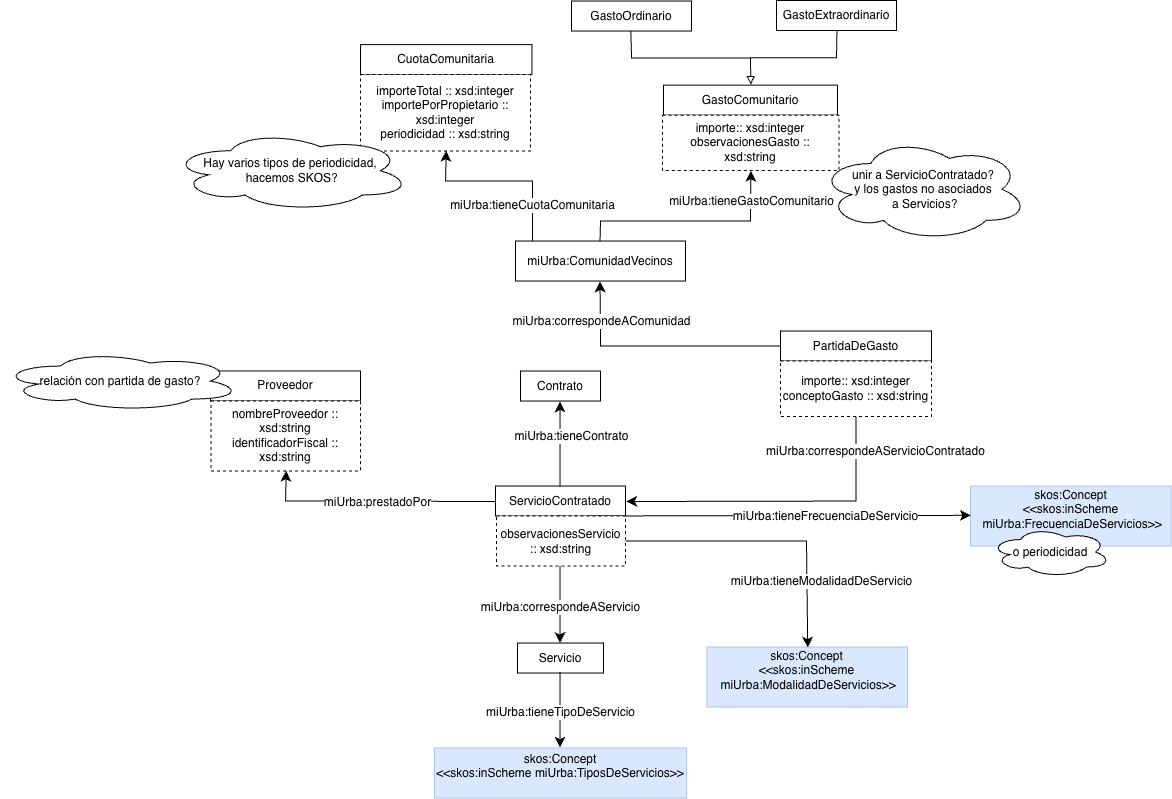
The draw.io diagram diagrams/gastos.png in oeg-upm/ontologia-miUrba, before a commit. Source tidied: cells renumbered, new cells last; positions are measured from the earlier drawing's top-left corner, leaving out a move shared by most shapes.
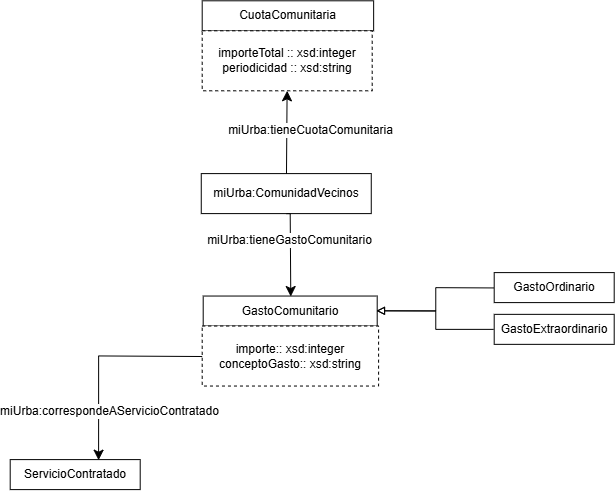
Later version of the same file.

The edit, as a diff of the source:
```diff
@@ -2,190 +2,64 @@
   <root>
     <mxCell id="0" />
     <mxCell id="1" parent="0" />
-    <mxCell id="2" value="Servicio" style="rounded=0;whiteSpace=wrap;html=1;snapToPoint=1;points=[[0.1,0],[0.2,0],[0.3,0],[0.4,0],[0.5,0],[0.6,0],[0.7,0],[0.8,0],[0.9,0],[0,0.1],[0,0.3],[0,0.5],[0,0.7],[0,0.9],[0.1,1],[0.2,1],[0.3,1],[0.4,1],[0.5,1],[0.6,1],[0.7,1],[0.8,1],[0.9,1],[1,0.1],[1,0.3],[1,0.5],[1,0.7],[1,0.9]];" parent="1" vertex="1">
-      <mxGeometry x="517" y="642.5" width="86" height="30" as="geometry" />
+    <mxCell id="2" value="miUrba:ComunidadVecinos" style="rounded=0;whiteSpace=wrap;html=1;snapToPoint=1;points=[[0.1,0],[0.2,0],[0.3,0],[0.4,0],[0.5,0],[0.6,0],[0.7,0],[0.8,0],[0.9,0],[0,0.1],[0,0.3],[0,0.5],[0,0.7],[0,0.9],[0.1,1],[0.2,1],[0.3,1],[0.4,1],[0.5,1],[0.6,1],[0.7,1],[0.8,1],[0.9,1],[1,0.1],[1,0.3],[1,0.5],[1,0.7],[1,0.9]];" parent="1" vertex="1">
+      <mxGeometry x="551.1" y="455.8" width="170" height="40" as="geometry" />
     </mxCell>
     <mxCell id="3" value="&amp;nbsp;" style="edgeLabel;html=1;align=center;verticalAlign=middle;fontSize=11;" parent="1" vertex="1">
-      <mxGeometry x="317.9" y="381.5" as="geometry" />
+      <mxGeometry x="785.6" y="463.6" as="geometry" />
     </mxCell>
-    <mxCell id="4" value="skos:Concept&lt;div&gt;&amp;lt;&amp;lt;skos:inScheme miUrba:TiposDeServicios&amp;gt;&amp;gt;&lt;/div&gt;&lt;div&gt;&lt;br&gt;&lt;/div&gt;" style="rounded=0;whiteSpace=wrap;html=1;snapToPoint=1;points=[[0.1,0],[0.2,0],[0.3,0],[0.4,0],[0.5,0],[0.6,0],[0.7,0],[0.8,0],[0.9,0],[0,0.1],[0,0.3],[0,0.5],[0,0.7],[0,0.9],[0.1,1],[0.2,1],[0.3,1],[0.4,1],[0.5,1],[0.6,1],[0.7,1],[0.8,1],[0.9,1],[1,0.1],[1,0.3],[1,0.5],[1,0.7],[1,0.9]];fillColor=#D9E8FC;strokeColor=#A9C4EB;" parent="1" vertex="1">
-      <mxGeometry x="433.9" y="747.5" width="252.1" height="50" as="geometry" />
+    <mxCell id="4" value="ServicioContratado" style="rounded=0;whiteSpace=wrap;html=1;snapToPoint=1;points=[[0.1,0],[0.2,0],[0.3,0],[0.4,0],[0.5,0],[0.6,0],[0.7,0],[0.8,0],[0.9,0],[0,0.1],[0,0.3],[0,0.5],[0,0.7],[0,0.9],[0.1,1],[0.2,1],[0.3,1],[0.4,1],[0.5,1],[0.6,1],[0.7,1],[0.8,1],[0.9,1],[1,0.1],[1,0.3],[1,0.5],[1,0.7],[1,0.9]];" parent="1" vertex="1">
+      <mxGeometry x="360" y="741.8" width="130" height="30" as="geometry" />
     </mxCell>
-    <mxCell id="5" value="skos:Concept&lt;div&gt;&amp;lt;&amp;lt;skos:inScheme&lt;/div&gt;&lt;div&gt;&amp;nbsp;miUrba:ModalidadDeServicios&amp;gt;&amp;gt;&lt;/div&gt;&lt;div&gt;&lt;br&gt;&lt;/div&gt;" style="rounded=0;whiteSpace=wrap;html=1;snapToPoint=1;points=[[0.1,0],[0.2,0],[0.3,0],[0.4,0],[0.5,0],[0.6,0],[0.7,0],[0.8,0],[0.9,0],[0,0.1],[0,0.3],[0,0.5],[0,0.7],[0,0.9],[0.1,1],[0.2,1],[0.3,1],[0.4,1],[0.5,1],[0.6,1],[0.7,1],[0.8,1],[0.9,1],[1,0.1],[1,0.3],[1,0.5],[1,0.7],[1,0.9]];fillColor=#D9E8FC;strokeColor=#A9C4EB;" parent="1" vertex="1">
-      <mxGeometry x="706.4" y="646.5" width="200.6" height="60" as="geometry" />
+    <mxCell id="5" value="&amp;nbsp;" style="edgeLabel;html=1;align=center;verticalAlign=middle;points=[];fontSize=11;" parent="1" vertex="1">
+      <mxGeometry x="707.7" y="697.3" as="geometry" />
     </mxCell>
-    <mxCell id="6" value="Proveedor" style="rounded=0;whiteSpace=wrap;html=1;" parent="1" vertex="1">
-      <mxGeometry x="210" y="370.4" width="150" height="30" as="geometry" />
+    <mxCell id="6" value="CuotaComunitaria" style="rounded=0;whiteSpace=wrap;html=1;" parent="1" vertex="1">
+      <mxGeometry x="552" y="283" width="171.4" height="30" as="geometry" />
     </mxCell>
-    <mxCell id="7" value="ServicioContratado" style="rounded=0;whiteSpace=wrap;html=1;snapToPoint=1;points=[[0.1,0],[0.2,0],[0.3,0],[0.4,0],[0.5,0],[0.6,0],[0.7,0],[0.8,0],[0.9,0],[0,0.1],[0,0.3],[0,0.5],[0,0.7],[0,0.9],[0.1,1],[0.2,1],[0.3,1],[0.4,1],[0.5,1],[0.6,1],[0.7,1],[0.8,1],[0.9,1],[1,0.1],[1,0.3],[1,0.5],[1,0.7],[1,0.9]];" parent="1" vertex="1">
-      <mxGeometry x="495" y="485.5" width="130" height="30" as="geometry" />
+    <mxCell id="7" value="GastoComunitario" style="rounded=0;whiteSpace=wrap;html=1;snapToPoint=1;points=[[0.1,0],[0.2,0],[0.3,0],[0.4,0],[0.5,0],[0.6,0],[0.7,0],[0.8,0],[0.9,0],[0,0.1],[0,0.3],[0,0.5],[0,0.7],[0,0.9],[0.1,1],[0.2,1],[0.3,1],[0.4,1],[0.5,1],[0.6,1],[0.7,1],[0.8,1],[0.9,1],[1,0.1],[1,0.3],[1,0.5],[1,0.7],[1,0.9]];" parent="1" vertex="1">
+      <mxGeometry x="553" y="578.2" width="174" height="30" as="geometry" />
     </mxCell>
-    <mxCell id="8" style="endArrow=classic;html=1;endSize=8;arcSize=0;rounded=0;" parent="1" edge="1" source="7" target="2">
-      <mxGeometry relative="1" as="geometry" />
+    <mxCell id="8" value="&lt;span style=&quot;font-size: 12px;&quot;&gt;miUrba:tieneCuotaComunitaria&lt;/span&gt;" style="endArrow=classic;html=1;endSize=8;arcSize=0;rounded=0;edgeStyle=orthogonalEdgeStyle;jumpStyle=arc;jumpSize=11;entryX=0.5;entryY=1;entryDx=0;entryDy=0;" parent="1" edge="1" source="2" target="13">
+      <mxGeometry x="0.04" y="-23" relative="1" as="geometry" />
     </mxCell>
-    <mxCell id="9" value="&lt;div&gt;miUrba:correspondeAServicio&lt;/div&gt;" style="text;html=1;align=center;verticalAlign=middle;points=[];labelBackgroundColor=#ffffff;" parent="8" vertex="1">
-      <mxGeometry x="-0.13" relative="1" as="geometry">
-        <mxPoint y="36" as="offset" />
-      </mxGeometry>
+    <mxCell id="9" value="GastoOrdinario" style="rounded=0;whiteSpace=wrap;html=1;snapToPoint=1;points=[[0.1,0],[0.2,0],[0.3,0],[0.4,0],[0.5,0],[0.6,0],[0.7,0],[0.8,0],[0.9,0],[0,0.1],[0,0.3],[0,0.5],[0,0.7],[0,0.9],[0.1,1],[0.2,1],[0.3,1],[0.4,1],[0.5,1],[0.6,1],[0.7,1],[0.8,1],[0.9,1],[1,0.1],[1,0.3],[1,0.5],[1,0.7],[1,0.9]];" parent="1" vertex="1">
+      <mxGeometry x="844" y="554.8" width="120" height="30" as="geometry" />
     </mxCell>
-    <mxCell id="10" style="endArrow=classic;html=1;endSize=8;arcSize=0;rounded=0;edgeStyle=orthogonalEdgeStyle;" parent="1" edge="1" source="7" target="5">
-      <mxGeometry relative="1" as="geometry">
-        <Array as="points">
-          <mxPoint x="595" y="540.5" />
-          <mxPoint x="806" y="540.5" />
-        </Array>
-      </mxGeometry>
+    <mxCell id="10" value="GastoExtraordinario" style="rounded=0;whiteSpace=wrap;html=1;snapToPoint=1;points=[[0.1,0],[0.2,0],[0.3,0],[0.4,0],[0.5,0],[0.6,0],[0.7,0],[0.8,0],[0.9,0],[0,0.1],[0,0.3],[0,0.5],[0,0.7],[0,0.9],[0.1,1],[0.2,1],[0.3,1],[0.4,1],[0.5,1],[0.6,1],[0.7,1],[0.8,1],[0.9,1],[1,0.1],[1,0.3],[1,0.5],[1,0.7],[1,0.9]];" parent="1" vertex="1">
+      <mxGeometry x="844" y="596.5" width="120" height="30" as="geometry" />
     </mxCell>
-    <mxCell id="11" value="&lt;div&gt;miUrba:tieneModalidadDeServicio&lt;/div&gt;" style="text;html=1;align=center;verticalAlign=middle;labelBackgroundColor=#ffffff;" parent="10" vertex="1">
-      <mxGeometry x="-0.13" relative="1" as="geometry">
-        <mxPoint x="100" y="40" as="offset" />
-      </mxGeometry>
+    <mxCell id="11" style="endArrow=block;html=1;rounded=0;endFill=0;edgeStyle=orthogonalEdgeStyle;" parent="1" edge="1" source="9" target="7">
+      <mxGeometry relative="1" as="geometry" />
     </mxCell>
-    <mxCell id="12" style="endArrow=classic;html=1;endSize=8;arcSize=0;rounded=0;" parent="1" edge="1" source="2" target="4">
+    <mxCell id="12" style="endArrow=block;html=1;rounded=0;endFill=0;edgeStyle=orthogonalEdgeStyle;" parent="1" edge="1" source="10" target="7">
       <mxGeometry relative="1" as="geometry" />
     </mxCell>
-    <mxCell id="13" value="&lt;div&gt;miUrba:tieneTipoDeServicio&lt;/div&gt;" style="text;html=1;align=center;verticalAlign=middle;points=[];labelBackgroundColor=#ffffff;" parent="12" vertex="1">
-      <mxGeometry x="-0.13" relative="1" as="geometry">
-        <mxPoint y="7" as="offset" />
-      </mxGeometry>
+    <mxCell id="13" value="importeTotal :: xsd:integer&lt;div&gt;periodicidad :: xsd:string&lt;/div&gt;" style="rounded=0;whiteSpace=wrap;html=1;snapToPoint=1;points=[[0.1,0],[0.2,0],[0.3,0],[0.4,0],[0.5,0],[0.6,0],[0.7,0],[0.8,0],[0.9,0],[0,0.1],[0,0.3],[0,0.5],[0,0.7],[0,0.9],[0.1,1],[0.2,1],[0.3,1],[0.4,1],[0.5,1],[0.6,1],[0.7,1],[0.8,1],[0.9,1],[1,0.1],[1,0.3],[1,0.5],[1,0.7],[1,0.9]];dashed=1;" parent="1" vertex="1">
+      <mxGeometry x="552" y="313" width="170" height="60" as="geometry" />
     </mxCell>
-    <mxCell id="14" value="skos:Concept&lt;div&gt;&amp;lt;&amp;lt;skos:inScheme&lt;/div&gt;&lt;div&gt;&amp;nbsp;miUrba:FrecuenciaDeServicios&amp;gt;&amp;gt;&lt;/div&gt;&lt;div&gt;&lt;br&gt;&lt;/div&gt;" style="rounded=0;whiteSpace=wrap;html=1;snapToPoint=1;points=[[0.1,0],[0.2,0],[0.3,0],[0.4,0],[0.5,0],[0.6,0],[0.7,0],[0.8,0],[0.9,0],[0,0.1],[0,0.3],[0,0.5],[0,0.7],[0,0.9],[0.1,1],[0.2,1],[0.3,1],[0.4,1],[0.5,1],[0.6,1],[0.7,1],[0.8,1],[0.9,1],[1,0.1],[1,0.3],[1,0.5],[1,0.7],[1,0.9]];fillColor=#D9E8FC;strokeColor=#A9C4EB;" parent="1" vertex="1">
-      <mxGeometry x="970" y="485.5" width="200.6" height="60" as="geometry" />
+    <mxCell id="14" style="endArrow=classic;html=1;endSize=8;arcSize=0;rounded=0;edgeStyle=orthogonalEdgeStyle;jumpStyle=arc;jumpSize=10;" parent="1" edge="1" source="2" target="7">
+      <mxGeometry relative="1" as="geometry">
+        <Array as="points">
+          <mxPoint x="640" y="495.8" />
+        </Array>
+      </mxGeometry>
     </mxCell>
-    <mxCell id="15" style="endArrow=classic;html=1;endSize=8;arcSize=0;rounded=0;edgeStyle=orthogonalEdgeStyle;" parent="1" edge="1" source="7" target="14">
-      <mxGeometry relative="1" as="geometry">
-        <Array as="points">
-          <mxPoint x="560" y="520.5" />
-          <mxPoint x="590" y="520.5" />
-          <mxPoint x="590" y="515.5" />
-        </Array>
+    <mxCell id="15" value="&lt;div&gt;miUrba:tieneGastoComunitario&lt;/div&gt;" style="text;html=1;align=center;verticalAlign=middle;labelBackgroundColor=#ffffff;" parent="14" vertex="1">
+      <mxGeometry x="-0.13" relative="1" as="geometry">
+        <mxPoint x="-2" y="-7" as="offset" />
       </mxGeometry>
     </mxCell>
-    <mxCell id="16" value="&lt;div&gt;miUrba:tieneFrecuenciaDeServicio&lt;/div&gt;" style="text;html=1;align=center;verticalAlign=middle;points=[];labelBackgroundColor=#ffffff;" parent="15" vertex="1">
-      <mxGeometry x="-0.13" relative="1" as="geometry">
-        <mxPoint x="92" as="offset" />
-      </mxGeometry>
+    <mxCell id="16" value="&lt;div&gt;&lt;br&gt;&lt;/div&gt;importe:: xsd:integer&lt;div&gt;conceptoGasto:: xsd:string&lt;div&gt;&lt;br&gt;&lt;/div&gt;&lt;/div&gt;" style="rounded=0;whiteSpace=wrap;html=1;snapToPoint=1;points=[[0.1,0],[0.2,0],[0.3,0],[0.4,0],[0.5,0],[0.6,0],[0.7,0],[0.8,0],[0.9,0],[0,0.1],[0,0.3],[0,0.5],[0,0.7],[0,0.9],[0.1,1],[0.2,1],[0.3,1],[0.4,1],[0.5,1],[0.6,1],[0.7,1],[0.8,1],[0.9,1],[1,0.1],[1,0.3],[1,0.5],[1,0.7],[1,0.9]];dashed=1;" parent="1" vertex="1">
+      <mxGeometry x="552" y="608.2" width="176.4" height="60" as="geometry" />
     </mxCell>
-    <mxCell id="17" value="observacionesServicio :: xsd:string" style="rounded=0;whiteSpace=wrap;html=1;dashed=1;" parent="1" vertex="1">
-      <mxGeometry x="496" y="515.5" width="129" height="50" as="geometry" />
+    <mxCell id="17" style="endArrow=classic;html=1;endSize=8;arcSize=0;rounded=0;edgeStyle=orthogonalEdgeStyle;entryX=0.68;entryY=0.02;entryDx=0;entryDy=0;entryPerimeter=0;jumpStyle=arc;jumpSize=12;" parent="1" edge="1" source="16" target="4">
+      <mxGeometry relative="1" as="geometry" />
     </mxCell>
-    <mxCell id="18" value="o periodicidad" style="ellipse;shape=cloud;whiteSpace=wrap;html=1;" parent="1" vertex="1">
-      <mxGeometry x="990" y="526.5" width="120" height="50" as="geometry" />
+    <mxCell id="18" value="&lt;div&gt;miUrba:correspondeAServicioContratado&lt;/div&gt;" style="text;html=1;align=center;verticalAlign=middle;labelBackgroundColor=#ffffff;" parent="17" vertex="1">
+      <mxGeometry x="-0.13" relative="1" as="geometry">
+        <mxPoint x="-2" y="55" as="offset" />
+      </mxGeometry>
     </mxCell>
-    <mxCell id="19" value="miUrba:ComunidadVecinos" style="rounded=0;whiteSpace=wrap;html=1;snapToPoint=1;points=[[0.1,0],[0.2,0],[0.3,0],[0.4,0],[0.5,0],[0.6,0],[0.7,0],[0.8,0],[0.9,0],[0,0.1],[0,0.3],[0,0.5],[0,0.7],[0,0.9],[0.1,1],[0.2,1],[0.3,1],[0.4,1],[0.5,1],[0.6,1],[0.7,1],[0.8,1],[0.9,1],[1,0.1],[1,0.3],[1,0.5],[1,0.7],[1,0.9]];" parent="1" vertex="1">
-      <mxGeometry x="515" y="240.5" width="170" height="40" as="geometry" />
-    </mxCell>
-    <mxCell id="20" value="&amp;nbsp;" style="edgeLabel;html=1;align=center;verticalAlign=middle;fontSize=11;" parent="1" vertex="1">
-      <mxGeometry x="273.9" y="360.5" as="geometry" />
-    </mxCell>
-    <mxCell id="21" value="&amp;nbsp;" style="edgeLabel;html=1;align=center;verticalAlign=middle;fontSize=11;" parent="1" vertex="1">
-      <mxGeometry x="817.7" y="203.7" as="geometry" />
-    </mxCell>
-    <mxCell id="22" value="CuotaComunitaria" style="rounded=0;whiteSpace=wrap;html=1;" parent="1" vertex="1">
-      <mxGeometry x="360" y="44.1" width="171.4" height="30" as="geometry" />
-    </mxCell>
-    <mxCell id="23" value="GastoComunitario" style="rounded=0;whiteSpace=wrap;html=1;snapToPoint=1;points=[[0.1,0],[0.2,0],[0.3,0],[0.4,0],[0.5,0],[0.6,0],[0.7,0],[0.8,0],[0.9,0],[0,0.1],[0,0.3],[0,0.5],[0,0.7],[0,0.9],[0.1,1],[0.2,1],[0.3,1],[0.4,1],[0.5,1],[0.6,1],[0.7,1],[0.8,1],[0.9,1],[1,0.1],[1,0.3],[1,0.5],[1,0.7],[1,0.9]];" parent="1" vertex="1">
-      <mxGeometry x="663" y="84.6" width="174" height="30" as="geometry" />
-    </mxCell>
-    <mxCell id="24" value="&lt;span style=&quot;font-size: 12px;&quot;&gt;miUrba:tieneCuotaComunitaria&lt;/span&gt;" style="endArrow=classic;html=1;endSize=8;arcSize=0;rounded=0;edgeStyle=orthogonalEdgeStyle;exitX=0.1;exitY=0;exitDx=0;exitDy=0;" parent="1" edge="1" source="19" target="29">
-      <mxGeometry x="-0.6" relative="1" as="geometry">
-        <Array as="points">
-          <mxPoint x="532" y="180.5" />
-          <mxPoint x="445" y="180.5" />
-        </Array>
-      </mxGeometry>
-    </mxCell>
-    <mxCell id="25" value="GastoOrdinario" style="rounded=0;whiteSpace=wrap;html=1;snapToPoint=1;points=[[0.1,0],[0.2,0],[0.3,0],[0.4,0],[0.5,0],[0.6,0],[0.7,0],[0.8,0],[0.9,0],[0,0.1],[0,0.3],[0,0.5],[0,0.7],[0,0.9],[0.1,1],[0.2,1],[0.3,1],[0.4,1],[0.5,1],[0.6,1],[0.7,1],[0.8,1],[0.9,1],[1,0.1],[1,0.3],[1,0.5],[1,0.7],[1,0.9]];" parent="1" vertex="1">
-      <mxGeometry x="571" y="0.5" width="120" height="30" as="geometry" />
-    </mxCell>
-    <mxCell id="26" value="GastoExtraordinario" style="rounded=0;whiteSpace=wrap;html=1;snapToPoint=1;points=[[0.1,0],[0.2,0],[0.3,0],[0.4,0],[0.5,0],[0.6,0],[0.7,0],[0.8,0],[0.9,0],[0,0.1],[0,0.3],[0,0.5],[0,0.7],[0,0.9],[0.1,1],[0.2,1],[0.3,1],[0.4,1],[0.5,1],[0.6,1],[0.7,1],[0.8,1],[0.9,1],[1,0.1],[1,0.3],[1,0.5],[1,0.7],[1,0.9]];" parent="1" vertex="1">
-      <mxGeometry x="776" width="120" height="30" as="geometry" />
-    </mxCell>
-    <mxCell id="27" style="endArrow=block;html=1;rounded=0;endFill=0;edgeStyle=orthogonalEdgeStyle;" parent="1" edge="1" source="25" target="23">
-      <mxGeometry relative="1" as="geometry" />
-    </mxCell>
-    <mxCell id="28" style="endArrow=block;html=1;rounded=0;endFill=0;edgeStyle=orthogonalEdgeStyle;" parent="1" edge="1" source="26" target="23">
-      <mxGeometry relative="1" as="geometry" />
-    </mxCell>
-    <mxCell id="29" value="importeTotal :: xsd:integer&lt;div&gt;importePorPropietario :: xsd:integer&lt;/div&gt;&lt;div&gt;periodicidad :: xsd:string&lt;/div&gt;" style="rounded=0;whiteSpace=wrap;html=1;snapToPoint=1;points=[[0.1,0],[0.2,0],[0.3,0],[0.4,0],[0.5,0],[0.6,0],[0.7,0],[0.8,0],[0.9,0],[0,0.1],[0,0.3],[0,0.5],[0,0.7],[0,0.9],[0.1,1],[0.2,1],[0.3,1],[0.4,1],[0.5,1],[0.6,1],[0.7,1],[0.8,1],[0.9,1],[1,0.1],[1,0.3],[1,0.5],[1,0.7],[1,0.9]];dashed=1;" parent="1" vertex="1">
-      <mxGeometry x="360" y="74.1" width="170" height="76.4" as="geometry" />
-    </mxCell>
-    <mxCell id="30" style="endArrow=classic;html=1;endSize=8;arcSize=0;rounded=0;edgeStyle=orthogonalEdgeStyle;" parent="1" edge="1" source="19" target="32">
-      <mxGeometry relative="1" as="geometry">
-        <Array as="points">
-          <mxPoint x="600" y="220.5" />
-          <mxPoint x="750" y="220.5" />
-        </Array>
-      </mxGeometry>
-    </mxCell>
-    <mxCell id="31" value="&lt;div&gt;miUrba:tieneGastoComunitario&lt;/div&gt;" style="text;html=1;align=center;verticalAlign=middle;labelBackgroundColor=#ffffff;" parent="30" vertex="1">
-      <mxGeometry x="-0.13" relative="1" as="geometry">
-        <mxPoint x="74" y="-20" as="offset" />
-      </mxGeometry>
-    </mxCell>
-    <mxCell id="32" value="importe:: xsd:integer&lt;div&gt;observacionesGasto :: xsd:string&lt;/div&gt;" style="rounded=0;whiteSpace=wrap;html=1;snapToPoint=1;points=[[0.1,0],[0.2,0],[0.3,0],[0.4,0],[0.5,0],[0.6,0],[0.7,0],[0.8,0],[0.9,0],[0,0.1],[0,0.3],[0,0.5],[0,0.7],[0,0.9],[0.1,1],[0.2,1],[0.3,1],[0.4,1],[0.5,1],[0.6,1],[0.7,1],[0.8,1],[0.9,1],[1,0.1],[1,0.3],[1,0.5],[1,0.7],[1,0.9]];dashed=1;" parent="1" vertex="1">
-      <mxGeometry x="662" y="114.6" width="176.4" height="55.4" as="geometry" />
-    </mxCell>
-    <mxCell id="33" value="nombreProveedor :: xsd:string&lt;div&gt;identificadorFiscal :: xsd:string&lt;/div&gt;" style="rounded=0;whiteSpace=wrap;html=1;snapToPoint=1;points=[[0.1,0],[0.2,0],[0.3,0],[0.4,0],[0.5,0],[0.6,0],[0.7,0],[0.8,0],[0.9,0],[0,0.1],[0,0.3],[0,0.5],[0,0.7],[0,0.9],[0.1,1],[0.2,1],[0.3,1],[0.4,1],[0.5,1],[0.6,1],[0.7,1],[0.8,1],[0.9,1],[1,0.1],[1,0.3],[1,0.5],[1,0.7],[1,0.9]];dashed=1;" parent="1" vertex="1">
-      <mxGeometry x="210.4" y="400.4" width="149.6" height="70" as="geometry" />
-    </mxCell>
-    <mxCell id="34" style="endArrow=classic;html=1;endSize=8;arcSize=0;rounded=0;edgeStyle=orthogonalEdgeStyle;" parent="1" edge="1" source="7" target="33">
-      <mxGeometry relative="1" as="geometry">
-        <Array as="points">
-          <mxPoint x="285" y="500.5" />
-        </Array>
-      </mxGeometry>
-    </mxCell>
-    <mxCell id="35" value="&lt;div&gt;miUrba:prestadoPor&lt;/div&gt;" style="text;html=1;align=center;verticalAlign=middle;labelBackgroundColor=#ffffff;" parent="34" vertex="1">
-      <mxGeometry x="-0.13" relative="1" as="geometry">
-        <mxPoint x="-14" as="offset" />
-      </mxGeometry>
-    </mxCell>
-    <mxCell id="36" value="&lt;div&gt;&lt;br&gt;&lt;/div&gt;unir a ServicioContratado?&lt;div&gt;y los gastos no asociados&lt;/div&gt;&lt;div&gt;&amp;nbsp;a Servicios?&lt;/div&gt;&lt;div&gt;&lt;br&gt;&lt;/div&gt;" style="ellipse;shape=cloud;whiteSpace=wrap;html=1;" parent="1" vertex="1">
-      <mxGeometry x="817.7" y="137.1" width="210" height="103.4" as="geometry" />
-    </mxCell>
-    <mxCell id="37" value="PartidaDeGasto" style="rounded=0;whiteSpace=wrap;html=1;snapToPoint=1;points=[[0.1,0],[0.2,0],[0.3,0],[0.4,0],[0.5,0],[0.6,0],[0.7,0],[0.8,0],[0.9,0],[0,0.1],[0,0.3],[0,0.5],[0,0.7],[0,0.9],[0.1,1],[0.2,1],[0.3,1],[0.4,1],[0.5,1],[0.6,1],[0.7,1],[0.8,1],[0.9,1],[1,0.1],[1,0.3],[1,0.5],[1,0.7],[1,0.9]];" parent="1" vertex="1">
-      <mxGeometry x="780" y="330.5" width="151" height="30" as="geometry" />
-    </mxCell>
-    <mxCell id="38" value="Contrato" style="rounded=0;whiteSpace=wrap;html=1;snapToPoint=1;points=[[0.1,0],[0.2,0],[0.3,0],[0.4,0],[0.5,0],[0.6,0],[0.7,0],[0.8,0],[0.9,0],[0,0.1],[0,0.3],[0,0.5],[0,0.7],[0,0.9],[0.1,1],[0.2,1],[0.3,1],[0.4,1],[0.5,1],[0.6,1],[0.7,1],[0.8,1],[0.9,1],[1,0.1],[1,0.3],[1,0.5],[1,0.7],[1,0.9]];" parent="1" vertex="1">
-      <mxGeometry x="520" y="370.5" width="80" height="30" as="geometry" />
-    </mxCell>
-    <mxCell id="39" style="endArrow=classic;html=1;endSize=8;arcSize=0;rounded=0;edgeStyle=orthogonalEdgeStyle;" parent="1" edge="1" source="7" target="38">
-      <mxGeometry relative="1" as="geometry" />
-    </mxCell>
-    <mxCell id="40" value="&lt;div&gt;miUrba:tieneContrato&lt;/div&gt;" style="text;html=1;align=center;verticalAlign=middle;labelBackgroundColor=#ffffff;" parent="39" vertex="1">
-      <mxGeometry x="-0.13" relative="1" as="geometry">
-        <mxPoint x="11" y="-13" as="offset" />
-      </mxGeometry>
-    </mxCell>
-    <mxCell id="41" style="endArrow=classic;html=1;endSize=8;arcSize=0;rounded=0;edgeStyle=orthogonalEdgeStyle;exitX=0.5;exitY=0;exitDx=0;exitDy=0;" parent="1" edge="1" source="44" target="7">
-      <mxGeometry relative="1" as="geometry">
-        <Array as="points">
-          <mxPoint x="856" y="500.5" />
-        </Array>
-      </mxGeometry>
-    </mxCell>
-    <mxCell id="42" value="&lt;div&gt;miUrba:correspondeAServicioContratado&lt;/div&gt;" style="text;html=1;align=center;verticalAlign=middle;labelBackgroundColor=#ffffff;" parent="41" vertex="1">
-      <mxGeometry x="-0.13" relative="1" as="geometry">
-        <mxPoint x="40" y="-50" as="offset" />
-      </mxGeometry>
-    </mxCell>
-    <mxCell id="43" value="Hay varios tipos de periodicidad,&lt;div&gt;&amp;nbsp;hacemos SKOS?&lt;/div&gt;" style="ellipse;shape=cloud;whiteSpace=wrap;html=1;" parent="1" vertex="1">
-      <mxGeometry x="170" y="130.1" width="240" height="80.4" as="geometry" />
-    </mxCell>
-    <mxCell id="44" value="importe:: xsd:integer&lt;div&gt;conceptoGasto :: xsd:string&lt;/div&gt;" style="rounded=0;whiteSpace=wrap;html=1;snapToPoint=1;points=[[0.1,0],[0.2,0],[0.3,0],[0.4,0],[0.5,0],[0.6,0],[0.7,0],[0.8,0],[0.9,0],[0,0.1],[0,0.3],[0,0.5],[0,0.7],[0,0.9],[0.1,1],[0.2,1],[0.3,1],[0.4,1],[0.5,1],[0.6,1],[0.7,1],[0.8,1],[0.9,1],[1,0.1],[1,0.3],[1,0.5],[1,0.7],[1,0.9]];dashed=1;" parent="1" vertex="1">
-      <mxGeometry x="780" y="360.5" width="151" height="55.4" as="geometry" />
-    </mxCell>
-    <mxCell id="45" value="relación con partida de gasto?" style="ellipse;shape=cloud;whiteSpace=wrap;html=1;" parent="1" vertex="1">
-      <mxGeometry y="350.5" width="240" height="60" as="geometry" />
-    </mxCell>
-    <mxCell id="46" style="endArrow=classic;html=1;endSize=8;arcSize=0;rounded=0;edgeStyle=orthogonalEdgeStyle;" parent="1" edge="1" source="37" target="19">
-      <mxGeometry relative="1" as="geometry" />
-    </mxCell>
-    <mxCell id="47" value="&lt;div&gt;miUrba:correspondeAComunidad&lt;/div&gt;" style="text;html=1;align=center;verticalAlign=middle;labelBackgroundColor=#ffffff;" parent="46" vertex="1">
-      <mxGeometry x="-0.13" relative="1" as="geometry">
-        <mxPoint x="-73" y="-25" as="offset" />
-      </mxGeometry>
-    </mxCell>
   </root>
 </mxGraphModel>
```
